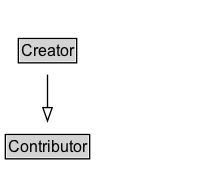
k-vaughn/ontology-import-prov keeps this Graphviz diagram as docs/diagrams/Creator.dot.png. Above is the earlier version. Its source is kept beside it as docs/diagrams/Creator.dot. Its diagram source:
```dot
digraph {
	graph [overlap=false rankdir=TB splines=true]
	node [fontname=Arial fontsize=12 margin=0 shape=none]
	edge [fontname=Arial fontsize=11]
	Creator [label=<<TABLE BORDER="1" CELLBORDER="0" CELLSPACING="0" CELLPADDING="1"><TR><TD BGCOLOR="lightgray" ALIGN="CENTER">Creator</TD></TR></TABLE>> URL="../Creator" margin=0]
	{
		rank=max
	}
	subgraph cluster_associated {
		label="" style=invis
		Invis [label=<<TABLE BORDER="0" CELLBORDER="0" CELLSPACING="0" CELLPADDING="1"><TR><TD></TD></TR></TABLE>> margin=0 style=invis]
	}
	Contributor [label=<<TABLE BORDER="1" CELLBORDER="0" CELLSPACING="0" CELLPADDING="1"><TR><TD BGCOLOR="lightgray" ALIGN="CENTER">Contributor</TD></TR></TABLE>> URL="../Contributor" margin=0]
	Creator -> Contributor [arrowhead=onormal style=solid]
}
```
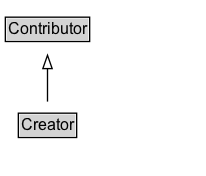
Later version of the same file.

What changed in the source:
```diff
@@ -2,6 +2,10 @@
 	graph [overlap=false rankdir=TB splines=true]
 	node [fontname=Arial fontsize=12 margin=0 shape=none]
 	edge [fontname=Arial fontsize=11]
+	{
+		rank=source
+		Contributor [label=<<TABLE BORDER="1" CELLBORDER="0" CELLSPACING="0" CELLPADDING="1"><TR><TD BGCOLOR="lightgray" ALIGN="CENTER">Contributor</TD></TR></TABLE>> URL="../Contributor" margin=0]
+	}
 	Creator [label=<<TABLE BORDER="1" CELLBORDER="0" CELLSPACING="0" CELLPADDING="1"><TR><TD BGCOLOR="lightgray" ALIGN="CENTER">Creator</TD></TR></TABLE>> URL="../Creator" margin=0]
 	{
 		rank=max
@@ -10,6 +14,5 @@
 		label="" style=invis
 		Invis [label=<<TABLE BORDER="0" CELLBORDER="0" CELLSPACING="0" CELLPADDING="1"><TR><TD></TD></TR></TABLE>> margin=0 style=invis]
 	}
-	Contributor [label=<<TABLE BORDER="1" CELLBORDER="0" CELLSPACING="0" CELLPADDING="1"><TR><TD BGCOLOR="lightgray" ALIGN="CENTER">Contributor</TD></TR></TABLE>> URL="../Contributor" margin=0]
 	Creator -> Contributor [arrowhead=onormal style=solid]
 }
```
